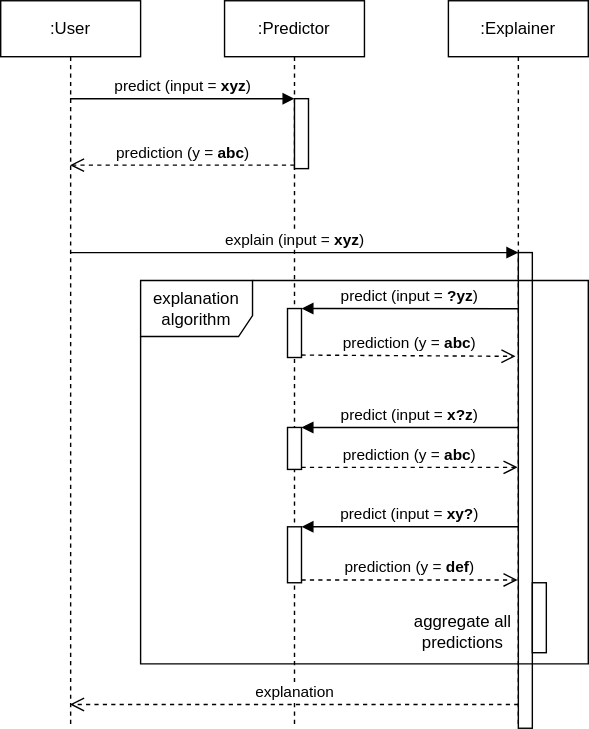
Before: assets/2020/10/20201018-explainability-seqdiagram.svg, a diagram exported from draw.io (dzlab/dzlab.github.io). Source tidied: cells renumbered, new cells last; positions are measured from the earlier drawing's top-left corner, leaving out a move shared by most shapes.
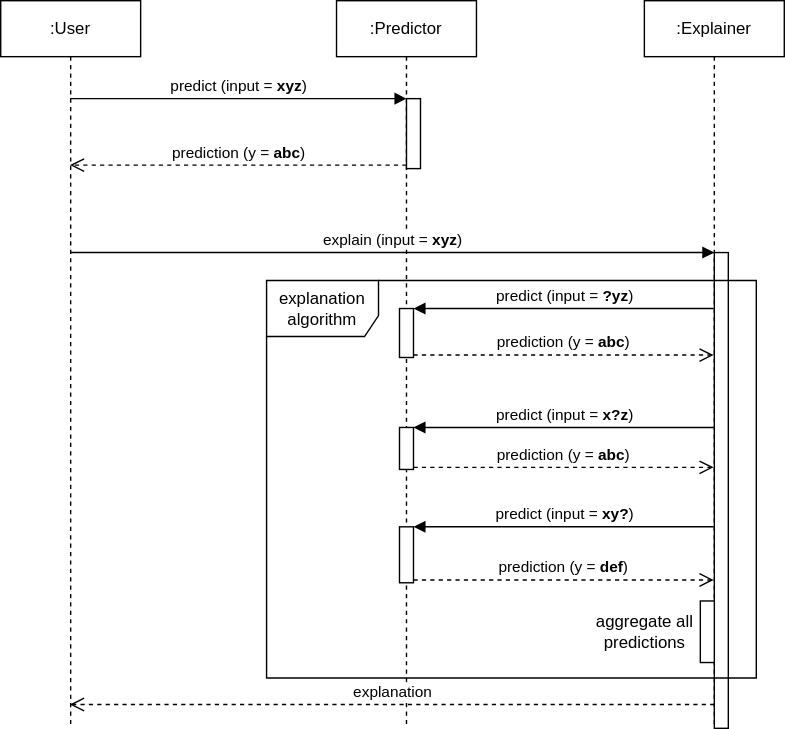
The same file after the commit.

Change to the diagram source:
```diff
@@ -3,7 +3,7 @@
     <mxCell id="0" />
     <mxCell id="1" parent="0" />
     <mxCell id="2" value=":User" style="shape=umlLifeline;perimeter=lifelinePerimeter;whiteSpace=wrap;html=1;outlineConnect=0;" parent="1" vertex="1">
-      <mxGeometry width="100" height="520" as="geometry" />
+      <mxGeometry x="-80" width="100" height="520" as="geometry" />
     </mxCell>
     <mxCell id="3" value=":Predictor" style="shape=umlLifeline;perimeter=lifelinePerimeter;whiteSpace=wrap;html=1;" parent="1" vertex="1">
       <mxGeometry x="160" width="100" height="520" as="geometry" />
@@ -21,7 +21,7 @@
       <mxGeometry x="45" y="376" width="10" height="40" as="geometry" />
     </mxCell>
     <mxCell id="8" value=":Explainer" style="shape=umlLifeline;perimeter=lifelinePerimeter;whiteSpace=wrap;html=1;outlineConnect=0;" parent="1" vertex="1">
-      <mxGeometry x="320" width="100" height="520" as="geometry" />
+      <mxGeometry x="380" width="100" height="520" as="geometry" />
     </mxCell>
     <mxCell id="9" style="html=1;points=[];perimeter=orthogonalPerimeter;" parent="8" vertex="1">
       <mxGeometry x="50" y="180" width="10" height="340" as="geometry" />
@@ -38,44 +38,32 @@
     <mxCell id="13" value="explanation" style="html=1;verticalAlign=bottom;endArrow=open;dashed=1;endSize=8;exitX=0;exitY=0.95;" parent="1" edge="1" source="9" target="2">
       <mxGeometry relative="1" as="geometry" />
     </mxCell>
-    <mxCell id="14" value="predict (input = &lt;b&gt;?yz&lt;/b&gt;)" style="html=1;verticalAlign=bottom;endArrow=block;entryX=1;entryY=0;exitX=0;exitY=0.074;exitDx=0;exitDy=0;exitPerimeter=0;" parent="1" edge="1" target="5">
-      <mxGeometry relative="1" as="geometry">
-        <mxPoint x="370" y="220.2" as="sourcePoint" />
-      </mxGeometry>
+    <mxCell id="14" value="predict (input = &lt;b&gt;?yz&lt;/b&gt;)" style="html=1;verticalAlign=bottom;endArrow=block;entryX=1;entryY=0;" parent="1" edge="1" source="8" target="5">
+      <mxGeometry relative="1" as="geometry" />
     </mxCell>
-    <mxCell id="15" value="prediction (y = &lt;b&gt;abc&lt;/b&gt;)" style="html=1;verticalAlign=bottom;endArrow=open;dashed=1;endSize=8;exitX=1;exitY=0.95;entryX=-0.2;entryY=0.174;entryDx=0;entryDy=0;entryPerimeter=0;" parent="1" edge="1" source="5">
-      <mxGeometry relative="1" as="geometry">
-        <mxPoint x="368" y="254.2" as="targetPoint" />
-      </mxGeometry>
+    <mxCell id="15" value="prediction (y = &lt;b&gt;abc&lt;/b&gt;)" style="html=1;verticalAlign=bottom;endArrow=open;dashed=1;endSize=8;exitX=1;exitY=0.95;" parent="1" edge="1" source="5" target="8">
+      <mxGeometry relative="1" as="geometry" />
     </mxCell>
-    <mxCell id="16" value="predict (input = &lt;b&gt;x?z&lt;/b&gt;)" style="html=1;verticalAlign=bottom;endArrow=block;entryX=1;entryY=0;" parent="1" edge="1" target="6">
-      <mxGeometry relative="1" as="geometry">
-        <mxPoint x="370" y="305" as="sourcePoint" />
-      </mxGeometry>
+    <mxCell id="16" value="predict (input = &lt;b&gt;x?z&lt;/b&gt;)" style="html=1;verticalAlign=bottom;endArrow=block;entryX=1;entryY=0;" parent="1" edge="1" source="8" target="6">
+      <mxGeometry relative="1" as="geometry" />
     </mxCell>
-    <mxCell id="17" value="prediction (y = &lt;b&gt;abc&lt;/b&gt;)" style="html=1;verticalAlign=bottom;endArrow=open;dashed=1;endSize=8;exitX=1;exitY=0.95;" parent="1" edge="1" source="6">
-      <mxGeometry relative="1" as="geometry">
-        <mxPoint x="369.5" y="333.5" as="targetPoint" />
-      </mxGeometry>
+    <mxCell id="17" value="prediction (y = &lt;b&gt;abc&lt;/b&gt;)" style="html=1;verticalAlign=bottom;endArrow=open;dashed=1;endSize=8;exitX=1;exitY=0.95;" parent="1" edge="1" source="6" target="8">
+      <mxGeometry relative="1" as="geometry" />
     </mxCell>
-    <mxCell id="18" value="predict (input = &lt;b&gt;xy?&lt;/b&gt;)" style="html=1;verticalAlign=bottom;endArrow=block;entryX=1;entryY=0;" parent="1" edge="1" target="7">
-      <mxGeometry relative="1" as="geometry">
-        <mxPoint x="370" y="376" as="sourcePoint" />
-      </mxGeometry>
+    <mxCell id="18" value="predict (input = &lt;b&gt;xy?&lt;/b&gt;)" style="html=1;verticalAlign=bottom;endArrow=block;entryX=1;entryY=0;" parent="1" edge="1" source="8" target="7">
+      <mxGeometry relative="1" as="geometry" />
     </mxCell>
-    <mxCell id="19" value="prediction (y = &lt;b&gt;def&lt;/b&gt;)" style="html=1;verticalAlign=bottom;endArrow=open;dashed=1;endSize=8;exitX=1;exitY=0.95;" parent="1" edge="1" source="7">
-      <mxGeometry relative="1" as="geometry">
-        <mxPoint x="369.5" y="414" as="targetPoint" />
-      </mxGeometry>
+    <mxCell id="19" value="prediction (y = &lt;b&gt;def&lt;/b&gt;)" style="html=1;verticalAlign=bottom;endArrow=open;dashed=1;endSize=8;exitX=1;exitY=0.95;" parent="1" edge="1" source="7" target="8">
+      <mxGeometry relative="1" as="geometry" />
     </mxCell>
     <mxCell id="20" style="html=1;perimeter=orthogonalPerimeter;" parent="1" vertex="1">
-      <mxGeometry x="380" y="416" width="10" height="50" as="geometry" />
+      <mxGeometry x="420" y="429" width="10" height="44" as="geometry" />
     </mxCell>
     <mxCell id="21" value="aggregate all&lt;br&gt;predictions" style="text;html=1;align=center;verticalAlign=middle;" parent="1" vertex="1">
-      <mxGeometry x="290" y="436" width="80" height="30" as="geometry" />
+      <mxGeometry x="340" y="436" width="80" height="30" as="geometry" />
     </mxCell>
     <mxCell id="22" value="explanation algorithm" style="shape=umlFrame;whiteSpace=wrap;html=1;width=80;height=40;" parent="1" vertex="1">
-      <mxGeometry x="100" y="200" width="320" height="274" as="geometry" />
+      <mxGeometry x="110" y="200" width="350" height="284" as="geometry" />
     </mxCell>
   </root>
 </mxGraphModel>
```
